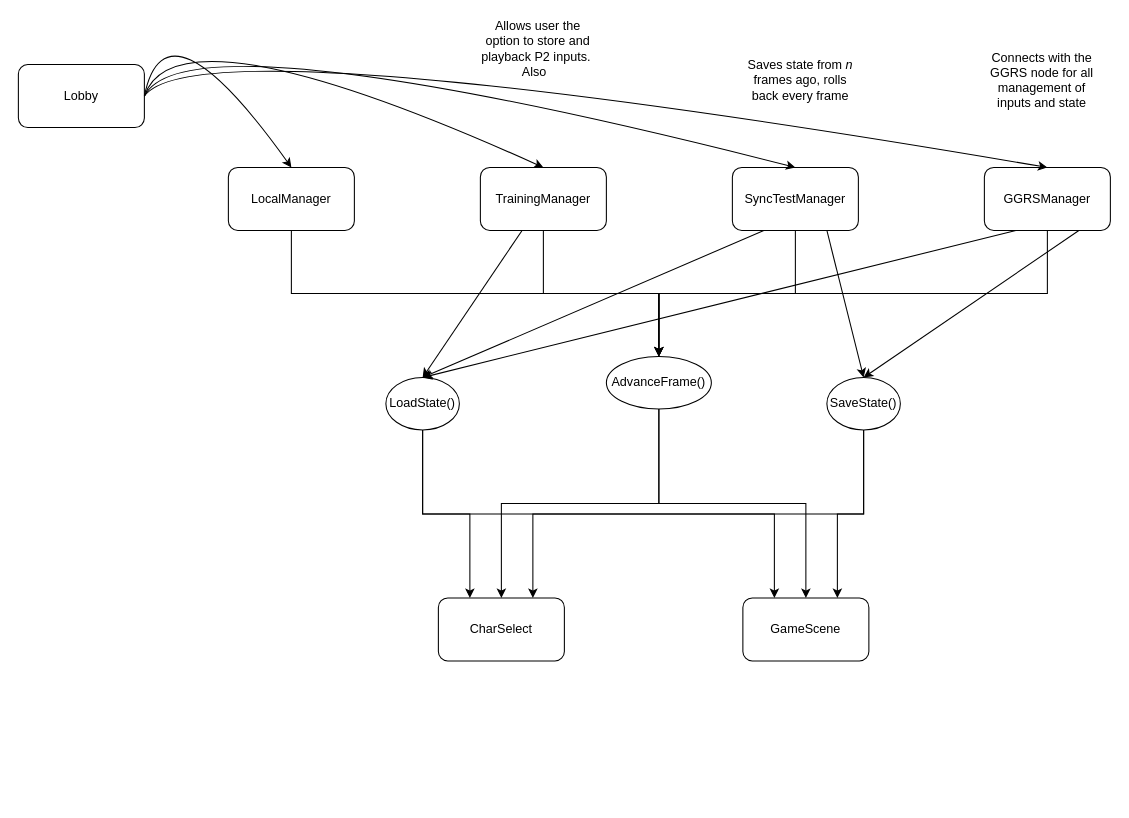
The draw.io diagram STRUCTURE.drawio in trian-gles/Girls-with-swords-GGRS, before the edit. Source tidied: cells renumbered, new cells numbered last; positions are measured from the earlier drawing's top-left corner, leaving out a move shared by most shapes. Both pictures are drawn from the tidied source at 105%, with x=0, y=0 at pixel (18, -9).
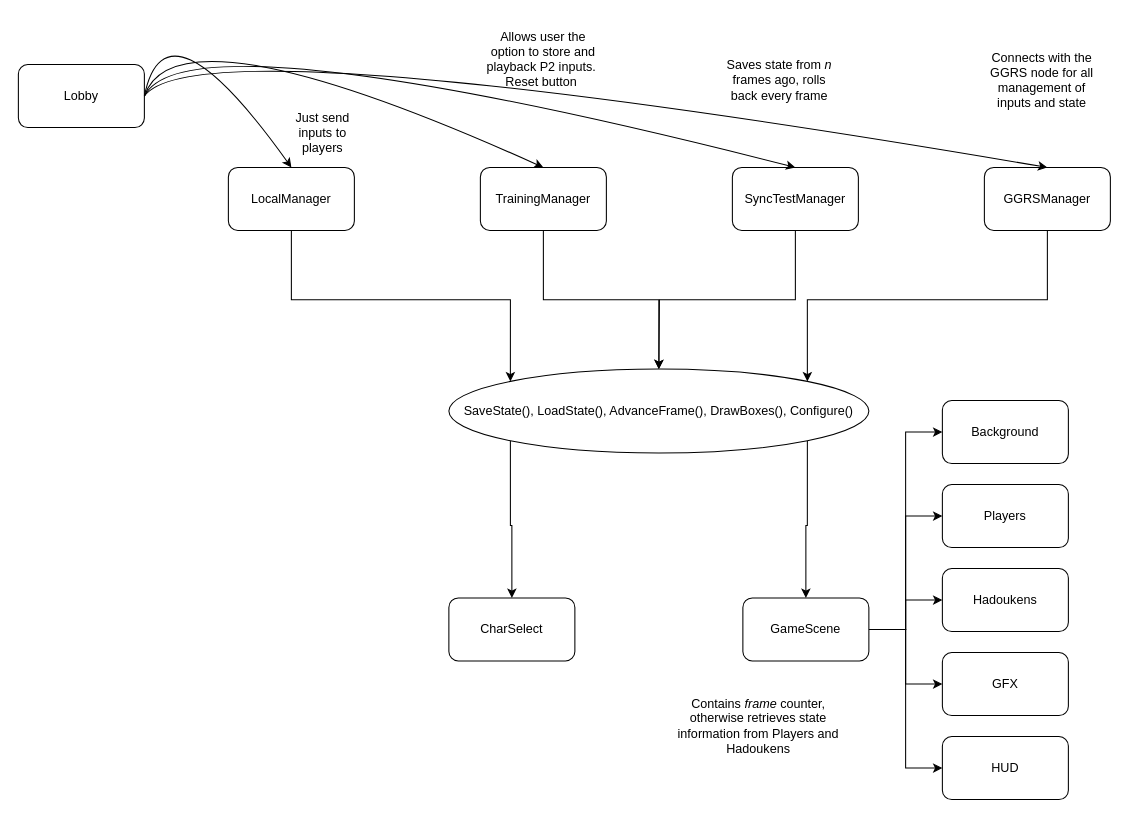
Above is the later version.

The change refers to these unchanged cells:
```xml
<mxCell id="4" value="LocalManager" style="rounded=1;whiteSpace=wrap;html=1;" parent="1" vertex="1">
  <mxGeometry x="200" y="168" width="120" height="60" as="geometry" />
</mxCell>
<mxCell id="6" value="TrainingManager" style="rounded=1;whiteSpace=wrap;html=1;" parent="1" vertex="1">
  <mxGeometry x="440" y="168" width="120" height="60" as="geometry" />
</mxCell>
<mxCell id="8" value="SyncTestManager" style="rounded=1;whiteSpace=wrap;html=1;" parent="1" vertex="1">
  <mxGeometry x="680" y="168" width="120" height="60" as="geometry" />
</mxCell>
<mxCell id="10" value="GGRSManager" style="rounded=1;whiteSpace=wrap;html=1;" parent="1" vertex="1">
  <mxGeometry x="920" y="168" width="120" height="60" as="geometry" />
</mxCell>
<mxCell id="12" value="GameScene" style="rounded=1;whiteSpace=wrap;html=1;" parent="1" vertex="1">
  <mxGeometry x="690" y="578" width="120" height="60" as="geometry" />
</mxCell>
```

The edit, as a diff of the source:
```diff
@@
-    <mxCell id="3" style="edgeStyle=orthogonalEdgeStyle;rounded=0;jettySize=auto;html=1;exitX=0.5;exitY=1;exitDx=0;exitDy=0;entryX=0.5;entryY=0;entryDx=0;entryDy=0;" parent="1" edge="1" source="4" target="25">
-      <mxGeometry relative="1" as="geometry" />
-    </mxCell>
+    <mxCell id="34" style="edgeStyle=orthogonalEdgeStyle;rounded=0;jettySize=auto;html=1;exitX=0.5;exitY=1;exitDx=0;exitDy=0;entryX=0;entryY=0;entryDx=0;entryDy=0;" parent="1" edge="1" source="4" target="46">
+      <mxGeometry relative="1" as="geometry" />
+    </mxCell>
@@
-    <mxCell id="5" style="edgeStyle=orthogonalEdgeStyle;rounded=0;jettySize=auto;html=1;exitX=0.5;exitY=1;exitDx=0;exitDy=0;entryX=0.5;entryY=0;entryDx=0;entryDy=0;" parent="1" edge="1" source="6" target="25">
-      <mxGeometry relative="1" as="geometry" />
-    </mxCell>
+    <mxCell id="35" style="edgeStyle=orthogonalEdgeStyle;rounded=0;jettySize=auto;html=1;exitX=0.5;exitY=1;exitDx=0;exitDy=0;entryX=0.5;entryY=0;entryDx=0;entryDy=0;" parent="1" edge="1" source="6" target="46">
+      <mxGeometry relative="1" as="geometry" />
+    </mxCell>
@@
-    <mxCell id="7" style="edgeStyle=orthogonalEdgeStyle;rounded=0;jettySize=auto;html=1;exitX=0.5;exitY=1;exitDx=0;exitDy=0;entryX=0.5;entryY=0;entryDx=0;entryDy=0;" parent="1" edge="1" source="8" target="25">
-      <mxGeometry relative="1" as="geometry" />
-    </mxCell>
+    <mxCell id="36" style="edgeStyle=orthogonalEdgeStyle;rounded=0;jettySize=auto;html=1;exitX=0.5;exitY=1;exitDx=0;exitDy=0;" parent="1" edge="1" source="8">
+      <mxGeometry relative="1" as="geometry">
+        <mxPoint x="610" y="360" as="targetPoint" />
+      </mxGeometry>
+    </mxCell>
@@
-    <mxCell id="9" style="edgeStyle=orthogonalEdgeStyle;rounded=0;jettySize=auto;html=1;exitX=0.5;exitY=1;exitDx=0;exitDy=0;entryX=0.5;entryY=0;entryDx=0;entryDy=0;" parent="1" edge="1" source="10" target="25">
-      <mxGeometry relative="1" as="geometry" />
-    </mxCell>
+    <mxCell id="37" style="edgeStyle=orthogonalEdgeStyle;rounded=0;jettySize=auto;html=1;exitX=0.5;exitY=1;exitDx=0;exitDy=0;entryX=1;entryY=0;entryDx=0;entryDy=0;" parent="1" edge="1" source="10" target="46">
+      <mxGeometry relative="1" as="geometry" />
+    </mxCell>
@@
     <mxCell id="11" value="CharSelect" style="rounded=1;whiteSpace=wrap;html=1;" parent="1" vertex="1">
-      <mxGeometry x="400" y="578" width="120" height="60" as="geometry" />
+      <mxGeometry x="410" y="578" width="120" height="60" as="geometry" />
     </mxCell>
+    <mxCell id="38" style="edgeStyle=orthogonalEdgeStyle;rounded=0;jettySize=auto;html=1;exitX=1;exitY=0.5;exitDx=0;exitDy=0;entryX=0;entryY=0.5;entryDx=0;entryDy=0;" parent="1" edge="1" source="12" target="47">
+      <mxGeometry relative="1" as="geometry" />
+    </mxCell>
+    <mxCell id="39" style="edgeStyle=orthogonalEdgeStyle;rounded=0;jettySize=auto;html=1;exitX=1;exitY=0.5;exitDx=0;exitDy=0;entryX=0;entryY=0.5;entryDx=0;entryDy=0;" parent="1" edge="1" source="12" target="49">
+      <mxGeometry relative="1" as="geometry" />
+    </mxCell>
+    <mxCell id="40" style="edgeStyle=orthogonalEdgeStyle;rounded=0;jettySize=auto;html=1;exitX=1;exitY=0.5;exitDx=0;exitDy=0;entryX=0;entryY=0.5;entryDx=0;entryDy=0;" parent="1" edge="1" source="12" target="50">
+      <mxGeometry relative="1" as="geometry" />
+    </mxCell>
+    <mxCell id="41" style="edgeStyle=orthogonalEdgeStyle;rounded=0;jettySize=auto;html=1;exitX=1;exitY=0.5;exitDx=0;exitDy=0;entryX=0;entryY=0.5;entryDx=0;entryDy=0;" parent="1" edge="1" source="12" target="48">
+      <mxGeometry relative="1" as="geometry" />
+    </mxCell>
+    <mxCell id="42" style="edgeStyle=orthogonalEdgeStyle;rounded=0;jettySize=auto;html=1;exitX=1;exitY=0.5;exitDx=0;exitDy=0;entryX=0;entryY=0.5;entryDx=0;entryDy=0;" parent="1" edge="1" source="12" target="52">
+      <mxGeometry relative="1" as="geometry" />
+    </mxCell>
@@
-    <mxCell id="17" style="edgeStyle=orthogonalEdgeStyle;rounded=0;jettySize=auto;html=1;exitX=0.5;exitY=1;exitDx=0;exitDy=0;entryX=0.75;entryY=0;entryDx=0;entryDy=0;" parent="1" edge="1" source="19" target="12">
-      <mxGeometry relative="1" as="geometry" />
-    </mxCell>
-    <mxCell id="18" style="edgeStyle=orthogonalEdgeStyle;rounded=0;jettySize=auto;html=1;exitX=0.5;exitY=1;exitDx=0;exitDy=0;entryX=0.75;entryY=0;entryDx=0;entryDy=0;" parent="1" edge="1" source="19" target="11">
-      <mxGeometry relative="1" as="geometry" />
-    </mxCell>
-    <mxCell id="19" value="SaveState()" style="ellipse;whiteSpace=wrap;html=1;" parent="1" vertex="1">
-      <mxGeometry x="770" y="368" width="70" height="50" as="geometry" />
-    </mxCell>
-    <mxCell id="20" style="edgeStyle=orthogonalEdgeStyle;rounded=0;jettySize=auto;html=1;exitX=0.5;exitY=1;exitDx=0;exitDy=0;entryX=0.25;entryY=0;entryDx=0;entryDy=0;" parent="1" edge="1" source="22" target="11">
-      <mxGeometry relative="1" as="geometry" />
-    </mxCell>
-    <mxCell id="21" style="edgeStyle=orthogonalEdgeStyle;rounded=0;jettySize=auto;html=1;exitX=0.5;exitY=1;exitDx=0;exitDy=0;entryX=0.25;entryY=0;entryDx=0;entryDy=0;" parent="1" edge="1" source="22" target="12">
-      <mxGeometry relative="1" as="geometry" />
-    </mxCell>
-    <mxCell id="22" value="LoadState()" style="ellipse;whiteSpace=wrap;html=1;" parent="1" vertex="1">
-      <mxGeometry x="350" y="368" width="70" height="50" as="geometry" />
-    </mxCell>
-    <mxCell id="23" style="edgeStyle=orthogonalEdgeStyle;rounded=0;jettySize=auto;html=1;exitX=0.5;exitY=1;exitDx=0;exitDy=0;entryX=0.5;entryY=0;entryDx=0;entryDy=0;" parent="1" edge="1" source="25" target="11">
-      <mxGeometry relative="1" as="geometry" />
-    </mxCell>
-    <mxCell id="24" style="edgeStyle=orthogonalEdgeStyle;rounded=0;jettySize=auto;html=1;exitX=0.5;exitY=1;exitDx=0;exitDy=0;entryX=0.5;entryY=0;entryDx=0;entryDy=0;" parent="1" edge="1" source="25" target="12">
-      <mxGeometry relative="1" as="geometry" />
-    </mxCell>
-    <mxCell id="25" value="AdvanceFrame()" style="ellipse;whiteSpace=wrap;html=1;" parent="1" vertex="1">
-      <mxGeometry x="560" y="348" width="100" height="50" as="geometry" />
-    </mxCell>
-    <mxCell id="26" style="endArrow=classic;html=1;rounded=0;entryX=0.5;entryY=0;entryDx=0;entryDy=0;" parent="1" edge="1" source="6" target="22">
-      <mxGeometry relative="1" as="geometry" />
-    </mxCell>
-    <mxCell id="27" style="endArrow=classic;html=1;rounded=0;entryX=0.5;entryY=0;entryDx=0;entryDy=0;exitX=0.25;exitY=1;exitDx=0;exitDy=0;" parent="1" edge="1" source="8" target="22">
-      <mxGeometry relative="1" as="geometry" />
-    </mxCell>
-    <mxCell id="28" style="endArrow=classic;html=1;rounded=0;exitX=0.25;exitY=1;exitDx=0;exitDy=0;entryX=0.5;entryY=0;entryDx=0;entryDy=0;" parent="1" edge="1" source="10" target="22">
-      <mxGeometry relative="1" as="geometry" />
-    </mxCell>
-    <mxCell id="29" style="endArrow=classic;html=1;rounded=0;exitX=0.75;exitY=1;exitDx=0;exitDy=0;entryX=0.5;entryY=0;entryDx=0;entryDy=0;" parent="1" edge="1" source="8" target="19">
-      <mxGeometry relative="1" as="geometry" />
-    </mxCell>
-    <mxCell id="30" style="endArrow=classic;html=1;rounded=0;exitX=0.75;exitY=1;exitDx=0;exitDy=0;entryX=0.5;entryY=0;entryDx=0;entryDy=0;" parent="1" edge="1" source="10" target="19">
-      <mxGeometry relative="1" as="geometry" />
-    </mxCell>
     <mxCell id="31" value="Saves state from &lt;i&gt;n &lt;/i&gt;frames ago, rolls back every frame" style="text;html=1;strokeColor=none;fillColor=none;align=center;verticalAlign=middle;whiteSpace=wrap;rounded=0;" parent="1" vertex="1">
-      <mxGeometry x="690" y="70" width="110" height="30" as="geometry" />
+      <mxGeometry x="670" y="70" width="110" height="30" as="geometry" />
     </mxCell>
@@
-    <mxCell id="33" value="Allows user the option to store and playback P2 inputs.&amp;nbsp; Also&amp;nbsp;&amp;nbsp;" style="text;html=1;strokeColor=none;fillColor=none;align=center;verticalAlign=middle;whiteSpace=wrap;rounded=0;" parent="1" vertex="1">
-      <mxGeometry x="440" y="40" width="110" height="30" as="geometry" />
+    <mxCell id="33" value="Allows user the option to store and playback P2 inputs.&amp;nbsp; Reset button&amp;nbsp;" style="text;html=1;strokeColor=none;fillColor=none;align=center;verticalAlign=middle;whiteSpace=wrap;rounded=0;" parent="1" vertex="1">
+      <mxGeometry x="445" y="50" width="110" height="30" as="geometry" />
     </mxCell>
+    <mxCell id="43" value="Just send inputs to players" style="text;html=1;strokeColor=none;fillColor=none;align=center;verticalAlign=middle;whiteSpace=wrap;rounded=0;" parent="1" vertex="1">
+      <mxGeometry x="260" y="120" width="60" height="30" as="geometry" />
+    </mxCell>
+    <mxCell id="44" style="edgeStyle=orthogonalEdgeStyle;rounded=0;jettySize=auto;html=1;exitX=0;exitY=1;exitDx=0;exitDy=0;entryX=0.5;entryY=0;entryDx=0;entryDy=0;" parent="1" edge="1" source="46" target="11">
+      <mxGeometry relative="1" as="geometry" />
+    </mxCell>
+    <mxCell id="45" style="edgeStyle=orthogonalEdgeStyle;rounded=0;jettySize=auto;html=1;exitX=1;exitY=1;exitDx=0;exitDy=0;entryX=0.5;entryY=0;entryDx=0;entryDy=0;" parent="1" edge="1" source="46" target="12">
+      <mxGeometry relative="1" as="geometry" />
+    </mxCell>
+    <mxCell id="46" value="SaveState(), LoadState(), AdvanceFrame(), DrawBoxes(), Configure()" style="ellipse;whiteSpace=wrap;html=1;" parent="1" vertex="1">
+      <mxGeometry x="410" y="360" width="400" height="80" as="geometry" />
+    </mxCell>
+    <mxCell id="47" value="Background" style="rounded=1;whiteSpace=wrap;html=1;" parent="1" vertex="1">
+      <mxGeometry x="880" y="390" width="120" height="60" as="geometry" />
+    </mxCell>
+    <mxCell id="48" value="GFX" style="rounded=1;whiteSpace=wrap;html=1;" parent="1" vertex="1">
+      <mxGeometry x="880" y="630" width="120" height="60" as="geometry" />
+    </mxCell>
+    <mxCell id="49" value="Players" style="rounded=1;whiteSpace=wrap;html=1;" parent="1" vertex="1">
+      <mxGeometry x="880" y="470" width="120" height="60" as="geometry" />
+    </mxCell>
+    <mxCell id="50" value="Hadoukens" style="rounded=1;whiteSpace=wrap;html=1;" parent="1" vertex="1">
+      <mxGeometry x="880" y="550" width="120" height="60" as="geometry" />
+    </mxCell>
+    <mxCell id="51" value="Contains &lt;i&gt;frame&lt;/i&gt;&amp;nbsp;counter, otherwise retrieves state information from Players and Hadoukens" style="text;html=1;strokeColor=none;fillColor=none;align=center;verticalAlign=middle;whiteSpace=wrap;rounded=0;" parent="1" vertex="1">
+      <mxGeometry x="620" y="660" width="170" height="80" as="geometry" />
+    </mxCell>
+    <mxCell id="52" value="HUD" style="rounded=1;whiteSpace=wrap;html=1;" parent="1" vertex="1">
+      <mxGeometry x="880" y="710" width="120" height="60" as="geometry" />
+    </mxCell>
```
